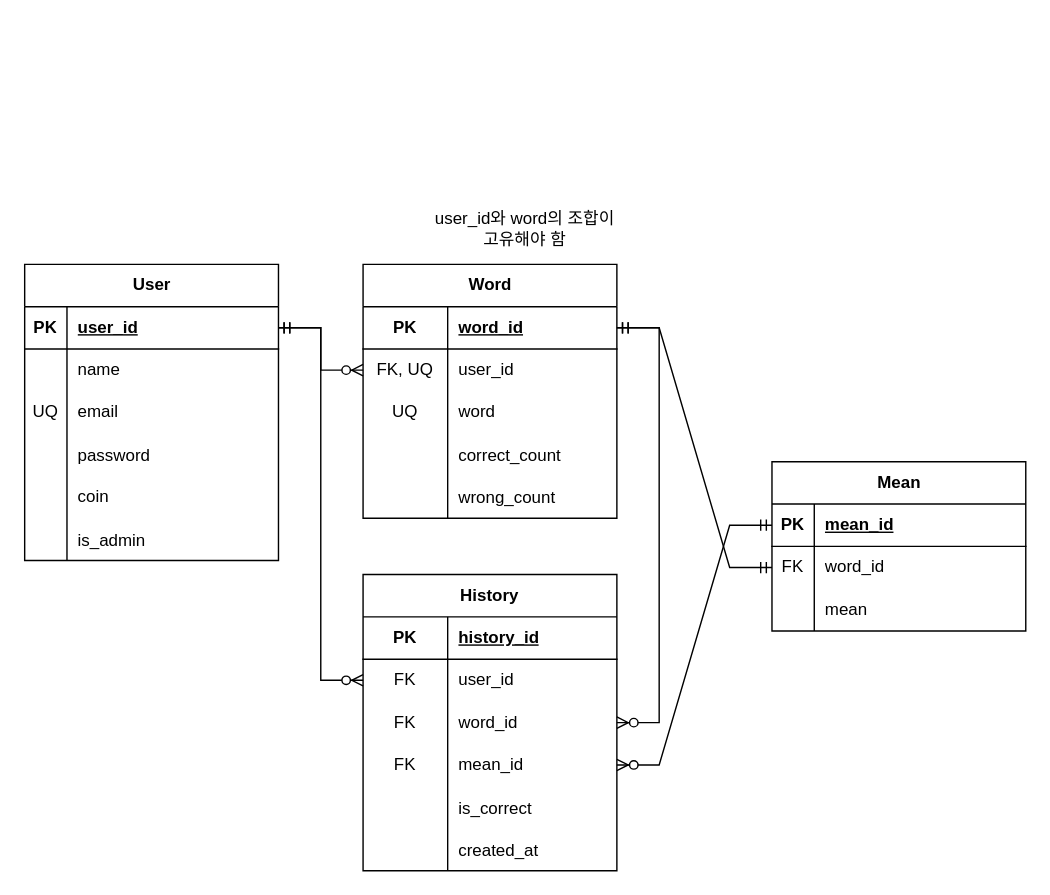
Before: triggers.erd.drawio in iixanx/triggers_report, a draw.io diagram. Source tidied: cells renumbered, new cells numbered last; positions are measured from the earlier drawing's top-left corner, leaving out a move shared by most shapes. Both pictures are drawn from the tidied source at 141%, with x=0, y=0 at pixel (24, 207).
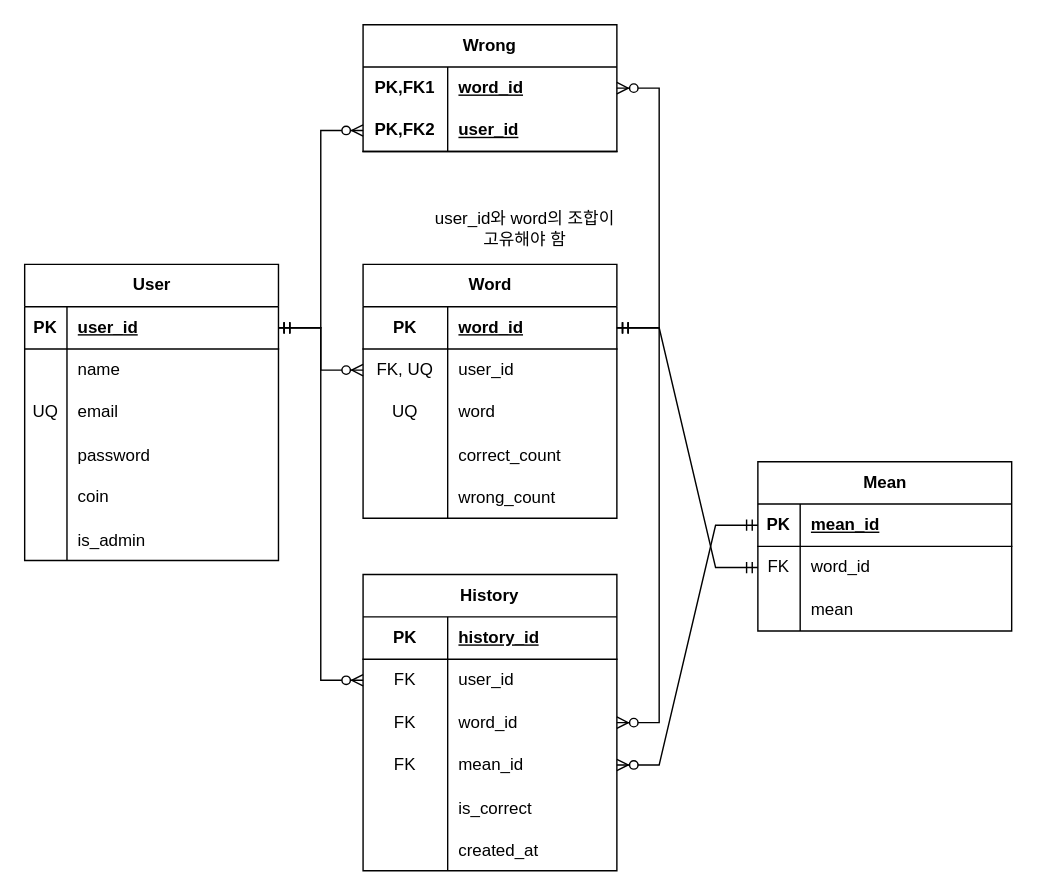
Above is the later version.

The change refers to these unchanged cells:
```xml
<mxCell id="3" style="shape=tableRow;horizontal=0;startSize=0;swimlaneHead=0;swimlaneBody=0;fillColor=none;points=[[0,0.5],[1,0.5]];portConstraint=eastwest;top=0;left=0;right=0;bottom=1;" parent="2" vertex="1">
  <mxGeometry y="30" width="180" height="30" as="geometry" />
</mxCell>
<mxCell id="22" style="shape=tableRow;horizontal=0;startSize=0;swimlaneHead=0;swimlaneBody=0;fillColor=none;points=[[0,0.5],[1,0.5]];portConstraint=eastwest;top=0;left=0;right=0;bottom=1;" parent="21" vertex="1">
  <mxGeometry y="30" width="180" height="30" as="geometry" />
</mxCell>
```

What changed in the source:
```diff
@@
     <mxCell id="37" value="Mean" style="shape=table;startSize=30;childLayout=tableLayout;rowLines=0;fontStyle=1;align=center;html=1;" parent="1" vertex="1">
-      <mxGeometry x="530" y="180" width="180" height="120" as="geometry" />
+      <mxGeometry x="520" y="180" width="180" height="120" as="geometry" />
     </mxCell>
@@
+    <mxCell id="72" value="Wrong" style="shape=table;startSize=30;childLayout=tableLayout;rowLines=0;fontStyle=1;align=center;html=1;whiteSpace=wrap;" parent="1" vertex="1">
+      <mxGeometry x="240" y="-130" width="180" height="90" as="geometry" />
+    </mxCell>
+    <mxCell id="73" style="shape=tableRow;horizontal=0;startSize=0;swimlaneHead=0;swimlaneBody=0;fillColor=none;points=[[0,0.5],[1,0.5]];portConstraint=eastwest;top=0;left=0;right=0;bottom=0;html=1;" parent="72" vertex="1">
+      <mxGeometry y="30" width="180" height="30" as="geometry" />
+    </mxCell>
+    <mxCell id="74" value="PK,FK1" style="shape=partialRectangle;fillColor=none;top=0;left=0;bottom=0;right=0;fontStyle=1;overflow=hidden;html=1;whiteSpace=wrap;" parent="73" vertex="1">
+      <mxGeometry width="60" height="30" as="geometry" />
+    </mxCell>
+    <mxCell id="75" value="word_id" style="shape=partialRectangle;fillColor=none;top=0;left=0;bottom=0;right=0;align=left;spacingLeft=6;fontStyle=5;overflow=hidden;html=1;whiteSpace=wrap;" parent="73" vertex="1">
+      <mxGeometry x="60" width="120" height="30" as="geometry" />
+    </mxCell>
+    <mxCell id="76" style="shape=tableRow;horizontal=0;startSize=0;swimlaneHead=0;swimlaneBody=0;fillColor=none;points=[[0,0.5],[1,0.5]];portConstraint=eastwest;top=0;left=0;right=0;bottom=1;html=1;" parent="72" vertex="1">
+      <mxGeometry y="60" width="180" height="30" as="geometry" />
+    </mxCell>
+    <mxCell id="77" value="PK,FK2" style="shape=partialRectangle;fillColor=none;top=0;left=0;bottom=0;right=0;fontStyle=1;overflow=hidden;html=1;whiteSpace=wrap;" parent="76" vertex="1">
+      <mxGeometry width="60" height="30" as="geometry" />
+    </mxCell>
+    <mxCell id="78" value="user_id" style="shape=partialRectangle;fillColor=none;top=0;left=0;bottom=0;right=0;align=left;spacingLeft=6;fontStyle=5;overflow=hidden;html=1;whiteSpace=wrap;" parent="76" vertex="1">
+      <mxGeometry x="60" width="120" height="30" as="geometry" />
+    </mxCell>
+    <mxCell id="79" style="edgeStyle=entityRelationEdgeStyle;fontSize=12;html=1;endArrow=ERzeroToMany;startArrow=ERmandOne;rounded=0;" parent="1" edge="1" source="3" target="76">
+      <mxGeometry relative="1" as="geometry" />
+    </mxCell>
+    <mxCell id="80" style="edgeStyle=entityRelationEdgeStyle;fontSize=12;html=1;endArrow=ERzeroToMany;startArrow=ERmandOne;rounded=0;" parent="1" edge="1" source="22" target="73">
+      <mxGeometry relative="1" as="geometry" />
+    </mxCell>
```
